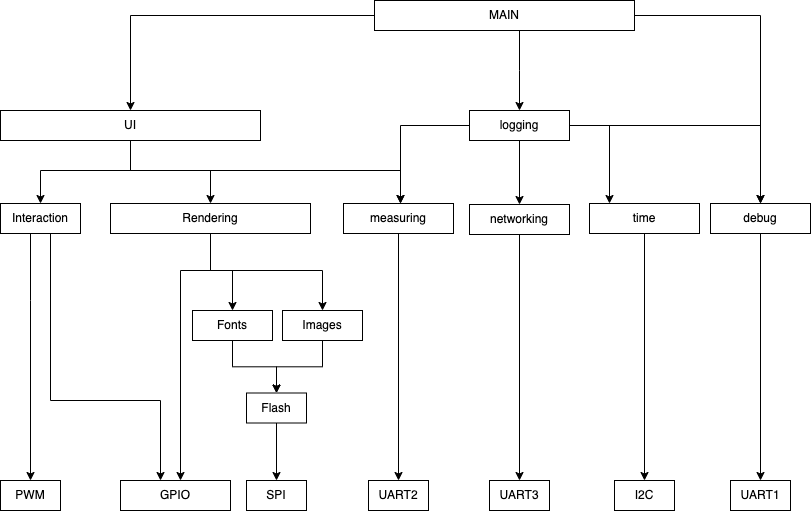
The draw.io diagram week-5/week-5-hierarchy-of-control-diagram.drawio.png in martenbiehl/making-embedded-systems-exercises, before a commit. Source tidied: cells renumbered, new cells last; positions are measured from the earlier drawing's top-left corner, leaving out a move shared by most shapes. The source it was exported from:
```xml
<mxGraphModel>
  <root>
    <mxCell id="0" />
    <mxCell id="1" parent="0" />
    <mxCell id="2" value="I2C" style="rounded=0;whiteSpace=wrap;html=1;" parent="1" vertex="1">
      <mxGeometry x="614" y="480" width="60" height="30" as="geometry" />
    </mxCell>
    <mxCell id="3" value="PWM" style="rounded=0;whiteSpace=wrap;html=1;" parent="1" vertex="1">
      <mxGeometry y="480" width="60" height="30" as="geometry" />
    </mxCell>
    <mxCell id="4" value="UART2" style="rounded=0;whiteSpace=wrap;html=1;" parent="1" vertex="1">
      <mxGeometry x="368" y="480" width="60" height="30" as="geometry" />
    </mxCell>
    <mxCell id="5" value="UART3" style="rounded=0;whiteSpace=wrap;html=1;" parent="1" vertex="1">
      <mxGeometry x="489" y="480" width="60" height="30" as="geometry" />
    </mxCell>
    <mxCell id="6" value="GPIO" style="rounded=0;whiteSpace=wrap;html=1;" parent="1" vertex="1">
      <mxGeometry x="120" y="480" width="110" height="30" as="geometry" />
    </mxCell>
    <mxCell id="7" style="edgeStyle=orthogonalEdgeStyle;rounded=0;jettySize=auto;html=1;" parent="1" edge="1" source="8" target="24">
      <mxGeometry relative="1" as="geometry" />
    </mxCell>
    <mxCell id="8" value="Fonts" style="rounded=0;whiteSpace=wrap;html=1;" parent="1" vertex="1">
      <mxGeometry x="192" y="310" width="80" height="30" as="geometry" />
    </mxCell>
    <mxCell id="9" style="edgeStyle=orthogonalEdgeStyle;rounded=0;jettySize=auto;html=1;" parent="1" edge="1" source="10" target="24">
      <mxGeometry relative="1" as="geometry" />
    </mxCell>
    <mxCell id="10" value="Images" style="rounded=0;whiteSpace=wrap;html=1;" parent="1" vertex="1">
      <mxGeometry x="282" y="310" width="80" height="30" as="geometry" />
    </mxCell>
    <mxCell id="11" style="edgeStyle=orthogonalEdgeStyle;rounded=0;jettySize=auto;html=1;entryX=0.5;entryY=0;entryDx=0;entryDy=0;" parent="1" edge="1" source="14" target="21">
      <mxGeometry relative="1" as="geometry">
        <Array as="points">
          <mxPoint x="130" y="170" />
          <mxPoint x="40" y="170" />
        </Array>
      </mxGeometry>
    </mxCell>
    <mxCell id="12" style="edgeStyle=orthogonalEdgeStyle;rounded=0;jettySize=auto;html=1;" parent="1" edge="1" source="14" target="18">
      <mxGeometry relative="1" as="geometry">
        <Array as="points">
          <mxPoint x="130" y="170" />
          <mxPoint x="210" y="170" />
        </Array>
      </mxGeometry>
    </mxCell>
    <mxCell id="13" style="edgeStyle=orthogonalEdgeStyle;rounded=0;jettySize=auto;html=1;" parent="1" edge="1" source="14" target="35">
      <mxGeometry relative="1" as="geometry">
        <Array as="points">
          <mxPoint x="130" y="170" />
          <mxPoint x="400" y="170" />
        </Array>
      </mxGeometry>
    </mxCell>
    <mxCell id="14" value="UI" style="rounded=0;whiteSpace=wrap;html=1;" parent="1" vertex="1">
      <mxGeometry y="110" width="260" height="30" as="geometry" />
    </mxCell>
    <mxCell id="15" style="edgeStyle=orthogonalEdgeStyle;rounded=0;jettySize=auto;html=1;" parent="1" edge="1" source="18" target="8">
      <mxGeometry relative="1" as="geometry">
        <Array as="points">
          <mxPoint x="210" y="270" />
          <mxPoint x="232" y="270" />
        </Array>
      </mxGeometry>
    </mxCell>
    <mxCell id="16" style="edgeStyle=orthogonalEdgeStyle;rounded=0;jettySize=auto;html=1;" parent="1" edge="1" source="18" target="6">
      <mxGeometry relative="1" as="geometry">
        <Array as="points">
          <mxPoint x="210" y="270" />
          <mxPoint x="180" y="270" />
        </Array>
      </mxGeometry>
    </mxCell>
    <mxCell id="17" style="edgeStyle=orthogonalEdgeStyle;rounded=0;jettySize=auto;html=1;" parent="1" edge="1" source="18" target="10">
      <mxGeometry relative="1" as="geometry">
        <Array as="points">
          <mxPoint x="210" y="270" />
          <mxPoint x="322" y="270" />
        </Array>
      </mxGeometry>
    </mxCell>
    <mxCell id="18" value="Rendering" style="rounded=0;whiteSpace=wrap;html=1;" parent="1" vertex="1">
      <mxGeometry x="110" y="203" width="200" height="30" as="geometry" />
    </mxCell>
    <mxCell id="19" style="edgeStyle=orthogonalEdgeStyle;rounded=0;jettySize=auto;html=1;" parent="1" edge="1" source="21" target="6">
      <mxGeometry relative="1" as="geometry">
        <Array as="points">
          <mxPoint x="50" y="400" />
          <mxPoint x="160" y="400" />
        </Array>
      </mxGeometry>
    </mxCell>
    <mxCell id="20" style="edgeStyle=orthogonalEdgeStyle;rounded=0;jettySize=auto;html=1;" parent="1" edge="1" source="21" target="3">
      <mxGeometry relative="1" as="geometry">
        <Array as="points">
          <mxPoint x="30" y="300" />
          <mxPoint x="30" y="300" />
        </Array>
      </mxGeometry>
    </mxCell>
    <mxCell id="21" value="Interaction" style="rounded=0;whiteSpace=wrap;html=1;" parent="1" vertex="1">
      <mxGeometry y="203" width="80" height="30" as="geometry" />
    </mxCell>
    <mxCell id="22" value="SPI" style="rounded=0;whiteSpace=wrap;html=1;" parent="1" vertex="1">
      <mxGeometry x="246" y="480" width="60" height="30" as="geometry" />
    </mxCell>
    <mxCell id="23" style="edgeStyle=orthogonalEdgeStyle;rounded=0;jettySize=auto;html=1;" parent="1" edge="1" source="24" target="22">
      <mxGeometry relative="1" as="geometry" />
    </mxCell>
    <mxCell id="24" value="Flash" style="rounded=0;whiteSpace=wrap;html=1;" parent="1" vertex="1">
      <mxGeometry x="246" y="392.5" width="60" height="30" as="geometry" />
    </mxCell>
    <mxCell id="25" style="edgeStyle=orthogonalEdgeStyle;rounded=0;jettySize=auto;html=1;" parent="1" edge="1" source="26" target="2">
      <mxGeometry relative="1" as="geometry" />
    </mxCell>
    <mxCell id="26" value="time" style="rounded=0;whiteSpace=wrap;html=1;" parent="1" vertex="1">
      <mxGeometry x="589" y="203" width="110" height="30" as="geometry" />
    </mxCell>
    <mxCell id="27" style="edgeStyle=orthogonalEdgeStyle;rounded=0;jettySize=auto;html=1;" parent="1" edge="1" source="28" target="5">
      <mxGeometry relative="1" as="geometry" />
    </mxCell>
    <mxCell id="28" value="networking" style="rounded=0;whiteSpace=wrap;html=1;" parent="1" vertex="1">
      <mxGeometry x="469" y="204" width="100" height="30" as="geometry" />
    </mxCell>
    <mxCell id="29" style="edgeStyle=orthogonalEdgeStyle;rounded=0;jettySize=auto;html=1;" parent="1" edge="1" source="33" target="28">
      <mxGeometry relative="1" as="geometry" />
    </mxCell>
    <mxCell id="30" style="edgeStyle=orthogonalEdgeStyle;rounded=0;jettySize=auto;html=1;" parent="1" edge="1" source="33" target="35">
      <mxGeometry relative="1" as="geometry">
        <Array as="points">
          <mxPoint x="400" y="125" />
        </Array>
      </mxGeometry>
    </mxCell>
    <mxCell id="31" style="edgeStyle=orthogonalEdgeStyle;rounded=0;jettySize=auto;html=1;" parent="1" edge="1" source="33" target="26">
      <mxGeometry relative="1" as="geometry">
        <Array as="points">
          <mxPoint x="609" y="125" />
        </Array>
      </mxGeometry>
    </mxCell>
    <mxCell id="32" style="edgeStyle=orthogonalEdgeStyle;rounded=0;jettySize=auto;html=1;" parent="1" edge="1" source="33" target="41">
      <mxGeometry relative="1" as="geometry" />
    </mxCell>
    <mxCell id="33" value="logging" style="rounded=0;whiteSpace=wrap;html=1;" parent="1" vertex="1">
      <mxGeometry x="469" y="110" width="100" height="30" as="geometry" />
    </mxCell>
    <mxCell id="34" style="edgeStyle=orthogonalEdgeStyle;rounded=0;jettySize=auto;html=1;" parent="1" edge="1" source="35">
      <mxGeometry relative="1" as="geometry">
        <mxPoint x="398" y="480" as="targetPoint" />
      </mxGeometry>
    </mxCell>
    <mxCell id="35" value="measuring" style="rounded=0;whiteSpace=wrap;html=1;" parent="1" vertex="1">
      <mxGeometry x="343" y="203" width="110" height="30" as="geometry" />
    </mxCell>
    <mxCell id="36" style="edgeStyle=orthogonalEdgeStyle;rounded=0;jettySize=auto;html=1;entryX=0.5;entryY=0;entryDx=0;entryDy=0;" parent="1" edge="1" source="39" target="14">
      <mxGeometry relative="1" as="geometry" />
    </mxCell>
    <mxCell id="37" style="edgeStyle=orthogonalEdgeStyle;rounded=0;jettySize=auto;html=1;entryX=0.5;entryY=0;entryDx=0;entryDy=0;" parent="1" edge="1" source="39" target="33">
      <mxGeometry relative="1" as="geometry">
        <Array as="points">
          <mxPoint x="519" y="70" />
          <mxPoint x="519" y="70" />
        </Array>
      </mxGeometry>
    </mxCell>
    <mxCell id="38" style="edgeStyle=orthogonalEdgeStyle;rounded=0;jettySize=auto;html=1;entryX=0.5;entryY=0;entryDx=0;entryDy=0;" parent="1" edge="1" source="39" target="41">
      <mxGeometry relative="1" as="geometry" />
    </mxCell>
    <mxCell id="39" value="MAIN" style="rounded=0;whiteSpace=wrap;html=1;" parent="1" vertex="1">
      <mxGeometry x="374" width="260" height="30" as="geometry" />
    </mxCell>
    <mxCell id="40" style="edgeStyle=orthogonalEdgeStyle;rounded=0;jettySize=auto;html=1;entryX=0.5;entryY=0;entryDx=0;entryDy=0;" parent="1" edge="1" source="41" target="42">
      <mxGeometry relative="1" as="geometry" />
    </mxCell>
    <mxCell id="41" value="debug" style="rounded=0;whiteSpace=wrap;html=1;" parent="1" vertex="1">
      <mxGeometry x="710" y="203" width="100" height="30" as="geometry" />
    </mxCell>
    <mxCell id="42" value="UART1" style="rounded=0;whiteSpace=wrap;html=1;" parent="1" vertex="1">
      <mxGeometry x="730" y="480" width="60" height="30" as="geometry" />
    </mxCell>
  </root>
</mxGraphModel>
```
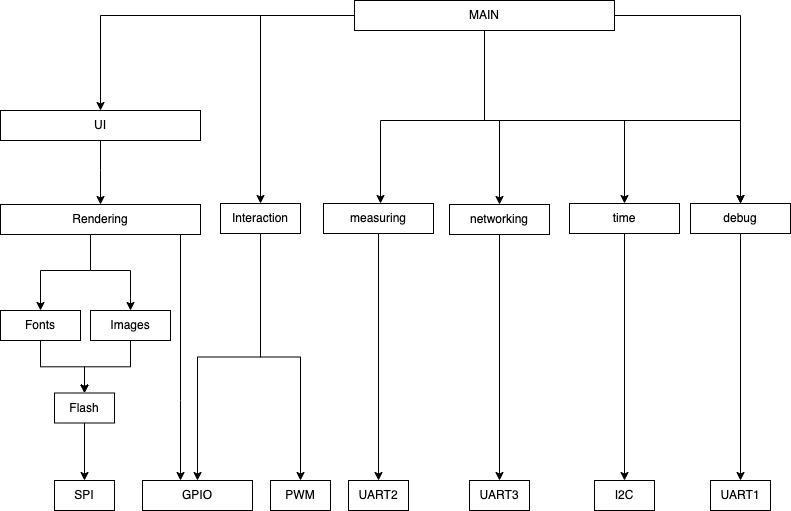
The same file after the commit.

The edit, as a diff of the source:
```diff
@@ -6,7 +6,7 @@
       <mxGeometry x="614" y="480" width="60" height="30" as="geometry" />
     </mxCell>
     <mxCell id="3" value="PWM" style="rounded=0;whiteSpace=wrap;html=1;" parent="1" vertex="1">
-      <mxGeometry y="480" width="60" height="30" as="geometry" />
+      <mxGeometry x="290" y="480" width="60" height="30" as="geometry" />
     </mxCell>
     <mxCell id="4" value="UART2" style="rounded=0;whiteSpace=wrap;html=1;" parent="1" vertex="1">
       <mxGeometry x="368" y="480" width="60" height="30" as="geometry" />
@@ -15,101 +15,75 @@
       <mxGeometry x="489" y="480" width="60" height="30" as="geometry" />
     </mxCell>
     <mxCell id="6" value="GPIO" style="rounded=0;whiteSpace=wrap;html=1;" parent="1" vertex="1">
-      <mxGeometry x="120" y="480" width="110" height="30" as="geometry" />
+      <mxGeometry x="162" y="480" width="110" height="30" as="geometry" />
     </mxCell>
     <mxCell id="7" style="edgeStyle=orthogonalEdgeStyle;rounded=0;jettySize=auto;html=1;" parent="1" edge="1" source="8" target="24">
       <mxGeometry relative="1" as="geometry" />
     </mxCell>
     <mxCell id="8" value="Fonts" style="rounded=0;whiteSpace=wrap;html=1;" parent="1" vertex="1">
-      <mxGeometry x="192" y="310" width="80" height="30" as="geometry" />
+      <mxGeometry x="20" y="310" width="80" height="30" as="geometry" />
     </mxCell>
     <mxCell id="9" style="edgeStyle=orthogonalEdgeStyle;rounded=0;jettySize=auto;html=1;" parent="1" edge="1" source="10" target="24">
       <mxGeometry relative="1" as="geometry" />
     </mxCell>
     <mxCell id="10" value="Images" style="rounded=0;whiteSpace=wrap;html=1;" parent="1" vertex="1">
-      <mxGeometry x="282" y="310" width="80" height="30" as="geometry" />
+      <mxGeometry x="110" y="310" width="80" height="30" as="geometry" />
     </mxCell>
-    <mxCell id="11" style="edgeStyle=orthogonalEdgeStyle;rounded=0;jettySize=auto;html=1;entryX=0.5;entryY=0;entryDx=0;entryDy=0;" parent="1" edge="1" source="14" target="21">
-      <mxGeometry relative="1" as="geometry">
-        <Array as="points">
-          <mxPoint x="130" y="170" />
-          <mxPoint x="40" y="170" />
-        </Array>
-      </mxGeometry>
-    </mxCell>
     <mxCell id="12" style="edgeStyle=orthogonalEdgeStyle;rounded=0;jettySize=auto;html=1;" parent="1" edge="1" source="14" target="18">
       <mxGeometry relative="1" as="geometry">
         <Array as="points">
-          <mxPoint x="130" y="170" />
-          <mxPoint x="210" y="170" />
+          <mxPoint x="120" y="170" />
+          <mxPoint x="120" y="170" />
         </Array>
       </mxGeometry>
     </mxCell>
-    <mxCell id="13" style="edgeStyle=orthogonalEdgeStyle;rounded=0;jettySize=auto;html=1;" parent="1" edge="1" source="14" target="35">
-      <mxGeometry relative="1" as="geometry">
-        <Array as="points">
-          <mxPoint x="130" y="170" />
-          <mxPoint x="400" y="170" />
-        </Array>
-      </mxGeometry>
-    </mxCell>
     <mxCell id="14" value="UI" style="rounded=0;whiteSpace=wrap;html=1;" parent="1" vertex="1">
-      <mxGeometry y="110" width="260" height="30" as="geometry" />
+      <mxGeometry x="20" y="110" width="200" height="30" as="geometry" />
     </mxCell>
     <mxCell id="15" style="edgeStyle=orthogonalEdgeStyle;rounded=0;jettySize=auto;html=1;" parent="1" edge="1" source="18" target="8">
       <mxGeometry relative="1" as="geometry">
         <Array as="points">
-          <mxPoint x="210" y="270" />
-          <mxPoint x="232" y="270" />
+          <mxPoint x="110" y="270" />
+          <mxPoint x="60" y="270" />
         </Array>
       </mxGeometry>
     </mxCell>
     <mxCell id="16" style="edgeStyle=orthogonalEdgeStyle;rounded=0;jettySize=auto;html=1;" parent="1" edge="1" source="18" target="6">
       <mxGeometry relative="1" as="geometry">
         <Array as="points">
-          <mxPoint x="210" y="270" />
-          <mxPoint x="180" y="270" />
+          <mxPoint x="200" y="400" />
+          <mxPoint x="200" y="400" />
         </Array>
       </mxGeometry>
     </mxCell>
     <mxCell id="17" style="edgeStyle=orthogonalEdgeStyle;rounded=0;jettySize=auto;html=1;" parent="1" edge="1" source="18" target="10">
       <mxGeometry relative="1" as="geometry">
         <Array as="points">
-          <mxPoint x="210" y="270" />
-          <mxPoint x="322" y="270" />
+          <mxPoint x="110" y="270" />
+          <mxPoint x="150" y="270" />
         </Array>
       </mxGeometry>
     </mxCell>
     <mxCell id="18" value="Rendering" style="rounded=0;whiteSpace=wrap;html=1;" parent="1" vertex="1">
-      <mxGeometry x="110" y="203" width="200" height="30" as="geometry" />
+      <mxGeometry x="20" y="204" width="200" height="30" as="geometry" />
     </mxCell>
+    <mxCell id="20" style="edgeStyle=orthogonalEdgeStyle;rounded=0;jettySize=auto;html=1;exitX=0.5;exitY=1;exitDx=0;exitDy=0;entryX=0.5;entryY=0;entryDx=0;entryDy=0;" parent="1" edge="1" source="21" target="3">
+      <mxGeometry relative="1" as="geometry" />
+    </mxCell>
-    <mxCell id="19" style="edgeStyle=orthogonalEdgeStyle;rounded=0;jettySize=auto;html=1;" parent="1" edge="1" source="21" target="6">
-      <mxGeometry relative="1" as="geometry">
-        <Array as="points">
-          <mxPoint x="50" y="400" />
-          <mxPoint x="160" y="400" />
-        </Array>
-      </mxGeometry>
+    <mxCell id="19" style="edgeStyle=orthogonalEdgeStyle;rounded=0;jettySize=auto;html=1;exitX=0.5;exitY=1;exitDx=0;exitDy=0;entryX=0.5;entryY=0;entryDx=0;entryDy=0;" parent="1" edge="1" source="21" target="6">
+      <mxGeometry relative="1" as="geometry" />
     </mxCell>
-    <mxCell id="20" style="edgeStyle=orthogonalEdgeStyle;rounded=0;jettySize=auto;html=1;" parent="1" edge="1" source="21" target="3">
-      <mxGeometry relative="1" as="geometry">
-        <Array as="points">
-          <mxPoint x="30" y="300" />
-          <mxPoint x="30" y="300" />
-        </Array>
-      </mxGeometry>
-    </mxCell>
     <mxCell id="21" value="Interaction" style="rounded=0;whiteSpace=wrap;html=1;" parent="1" vertex="1">
-      <mxGeometry y="203" width="80" height="30" as="geometry" />
+      <mxGeometry x="240" y="203" width="80" height="30" as="geometry" />
     </mxCell>
     <mxCell id="22" value="SPI" style="rounded=0;whiteSpace=wrap;html=1;" parent="1" vertex="1">
-      <mxGeometry x="246" y="480" width="60" height="30" as="geometry" />
+      <mxGeometry x="74" y="480" width="60" height="30" as="geometry" />
     </mxCell>
     <mxCell id="23" style="edgeStyle=orthogonalEdgeStyle;rounded=0;jettySize=auto;html=1;" parent="1" edge="1" source="24" target="22">
       <mxGeometry relative="1" as="geometry" />
     </mxCell>
     <mxCell id="24" value="Flash" style="rounded=0;whiteSpace=wrap;html=1;" parent="1" vertex="1">
-      <mxGeometry x="246" y="392.5" width="60" height="30" as="geometry" />
+      <mxGeometry x="74" y="392.5" width="60" height="30" as="geometry" />
     </mxCell>
     <mxCell id="25" style="edgeStyle=orthogonalEdgeStyle;rounded=0;jettySize=auto;html=1;" parent="1" edge="1" source="26" target="2">
       <mxGeometry relative="1" as="geometry" />
@@ -123,29 +97,38 @@
     <mxCell id="28" value="networking" style="rounded=0;whiteSpace=wrap;html=1;" parent="1" vertex="1">
       <mxGeometry x="469" y="204" width="100" height="30" as="geometry" />
     </mxCell>
-    <mxCell id="29" style="edgeStyle=orthogonalEdgeStyle;rounded=0;jettySize=auto;html=1;" parent="1" edge="1" source="33" target="28">
-      <mxGeometry relative="1" as="geometry" />
+    <mxCell id="29" style="edgeStyle=orthogonalEdgeStyle;rounded=0;jettySize=auto;html=1;exitX=0.5;exitY=1;exitDx=0;exitDy=0;" parent="1" edge="1" source="39" target="28">
+      <mxGeometry relative="1" as="geometry">
+        <Array as="points">
+          <mxPoint x="504" y="120" />
+          <mxPoint x="519" y="120" />
+        </Array>
+      </mxGeometry>
     </mxCell>
-    <mxCell id="30" style="edgeStyle=orthogonalEdgeStyle;rounded=0;jettySize=auto;html=1;" parent="1" edge="1" source="33" target="35">
+    <mxCell id="30" style="edgeStyle=orthogonalEdgeStyle;rounded=0;jettySize=auto;html=1;exitX=0.5;exitY=1;exitDx=0;exitDy=0;" parent="1" edge="1" source="39" target="35">
       <mxGeometry relative="1" as="geometry">
         <Array as="points">
-          <mxPoint x="400" y="125" />
+          <mxPoint x="504" y="120" />
+          <mxPoint x="400" y="120" />
         </Array>
       </mxGeometry>
     </mxCell>
-    <mxCell id="31" style="edgeStyle=orthogonalEdgeStyle;rounded=0;jettySize=auto;html=1;" parent="1" edge="1" source="33" target="26">
+    <mxCell id="31" style="edgeStyle=orthogonalEdgeStyle;rounded=0;jettySize=auto;html=1;exitX=0.5;exitY=1;exitDx=0;exitDy=0;" parent="1" edge="1" source="39" target="26">
       <mxGeometry relative="1" as="geometry">
         <Array as="points">
-          <mxPoint x="609" y="125" />
+          <mxPoint x="504" y="120" />
+          <mxPoint x="644" y="120" />
         </Array>
       </mxGeometry>
     </mxCell>
-    <mxCell id="32" style="edgeStyle=orthogonalEdgeStyle;rounded=0;jettySize=auto;html=1;" parent="1" edge="1" source="33" target="41">
-      <mxGeometry relative="1" as="geometry" />
+    <mxCell id="32" style="edgeStyle=orthogonalEdgeStyle;rounded=0;jettySize=auto;html=1;exitX=0.5;exitY=1;exitDx=0;exitDy=0;" parent="1" edge="1" source="39" target="41">
+      <mxGeometry relative="1" as="geometry">
+        <Array as="points">
+          <mxPoint x="504" y="120" />
+          <mxPoint x="760" y="120" />
+        </Array>
+      </mxGeometry>
     </mxCell>
-    <mxCell id="33" value="logging" style="rounded=0;whiteSpace=wrap;html=1;" parent="1" vertex="1">
-      <mxGeometry x="469" y="110" width="100" height="30" as="geometry" />
-    </mxCell>
     <mxCell id="34" style="edgeStyle=orthogonalEdgeStyle;rounded=0;jettySize=auto;html=1;" parent="1" edge="1" source="35">
       <mxGeometry relative="1" as="geometry">
         <mxPoint x="398" y="480" as="targetPoint" />
@@ -157,17 +140,12 @@
     <mxCell id="36" style="edgeStyle=orthogonalEdgeStyle;rounded=0;jettySize=auto;html=1;entryX=0.5;entryY=0;entryDx=0;entryDy=0;" parent="1" edge="1" source="39" target="14">
       <mxGeometry relative="1" as="geometry" />
     </mxCell>
-    <mxCell id="37" style="edgeStyle=orthogonalEdgeStyle;rounded=0;jettySize=auto;html=1;entryX=0.5;entryY=0;entryDx=0;entryDy=0;" parent="1" edge="1" source="39" target="33">
-      <mxGeometry relative="1" as="geometry">
-        <Array as="points">
-          <mxPoint x="519" y="70" />
-          <mxPoint x="519" y="70" />
-        </Array>
-      </mxGeometry>
-    </mxCell>
     <mxCell id="38" style="edgeStyle=orthogonalEdgeStyle;rounded=0;jettySize=auto;html=1;entryX=0.5;entryY=0;entryDx=0;entryDy=0;" parent="1" edge="1" source="39" target="41">
       <mxGeometry relative="1" as="geometry" />
     </mxCell>
+    <mxCell id="43" style="edgeStyle=orthogonalEdgeStyle;rounded=0;jettySize=auto;html=1;exitX=0;exitY=0.5;exitDx=0;exitDy=0;entryX=0.5;entryY=0;entryDx=0;entryDy=0;" parent="1" edge="1" source="39" target="21">
+      <mxGeometry relative="1" as="geometry" />
+    </mxCell>
     <mxCell id="39" value="MAIN" style="rounded=0;whiteSpace=wrap;html=1;" parent="1" vertex="1">
       <mxGeometry x="374" width="260" height="30" as="geometry" />
     </mxCell>
```
